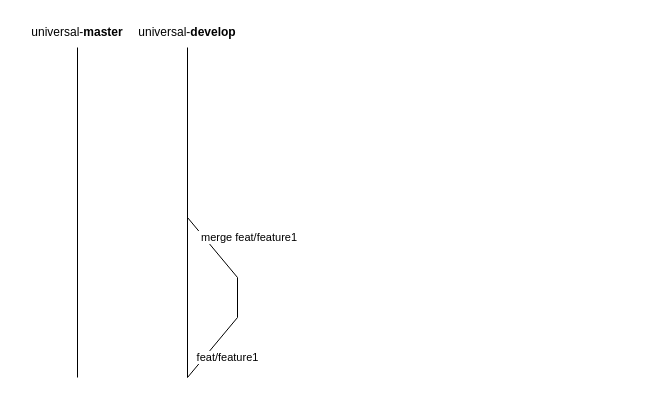
Above: designs/architecture/Git-Branches.drawio in UniversalDot/documents (draw.io), before the change. Source tidied: cells renumbered, new cells numbered last; positions are measured from the earlier drawing's top-left corner, leaving out a move shared by most shapes. Both pictures are drawn from the tidied source at 100%, with x=0, y=0 at pixel (17, 17).
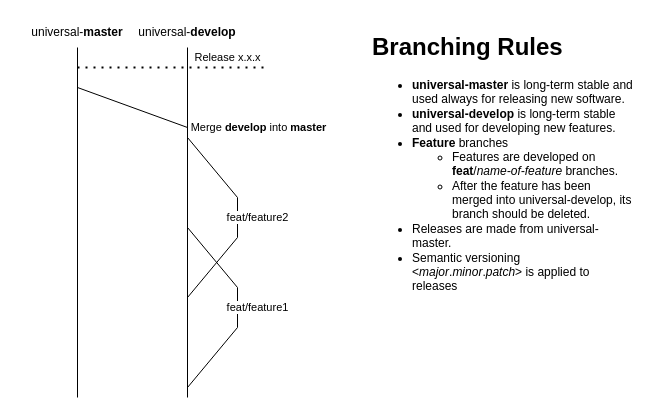
Above is the later version.

What changed in the source:
```diff
@@
     <mxCell id="2" style="endArrow=none;html=1;rounded=0;" parent="1" edge="1">
       <mxGeometry relative="1" as="geometry">
-        <mxPoint x="60" y="360" as="sourcePoint" />
+        <mxPoint x="60" y="380" as="sourcePoint" />
         <mxPoint x="60" y="30" as="targetPoint" />
       </mxGeometry>
     </mxCell>
@@
     <mxCell id="4" style="endArrow=none;html=1;rounded=0;" parent="1" edge="1">
       <mxGeometry relative="1" as="geometry">
-        <mxPoint x="170" y="360" as="sourcePoint" />
+        <mxPoint x="170" y="380" as="sourcePoint" />
         <mxPoint x="170" y="30" as="targetPoint" />
       </mxGeometry>
     </mxCell>
@@
-    <mxCell id="6" value="feat/feature1" style="endArrow=none;html=1;rounded=0;" parent="1" edge="1">
+    <mxCell id="6" style="endArrow=none;html=1;rounded=0;" parent="1" edge="1">
       <mxGeometry x="0.05" y="-18" relative="1" as="geometry">
-        <mxPoint x="170" y="360" as="sourcePoint" />
-        <mxPoint x="220" y="300" as="targetPoint" />
+        <mxPoint x="170" y="370" as="sourcePoint" />
+        <mxPoint x="220" y="310" as="targetPoint" />
       </mxGeometry>
     </mxCell>
-    <mxCell id="7" style="endArrow=none;html=1;rounded=0;" parent="1" edge="1">
-      <mxGeometry relative="1" as="geometry">
-        <mxPoint x="220" y="300" as="sourcePoint" />
-        <mxPoint x="220" y="260" as="targetPoint" />
+    <mxCell id="7" value="feat/feature1" style="endArrow=none;html=1;rounded=0;" parent="1" edge="1">
+      <mxGeometry y="-20" relative="1" as="geometry">
+        <mxPoint x="220" y="310" as="sourcePoint" />
+        <mxPoint x="220" y="270" as="targetPoint" />
       </mxGeometry>
     </mxCell>
-    <mxCell id="8" value="&amp;nbsp;merge feat/feature1" style="endArrow=none;html=1;rounded=0;" parent="1" edge="1">
+    <mxCell id="8" style="endArrow=none;html=1;rounded=0;" parent="1" edge="1">
       <mxGeometry x="-0.38" y="-33" relative="1" as="geometry">
-        <mxPoint x="220" y="260" as="sourcePoint" />
-        <mxPoint x="170" y="200" as="targetPoint" />
+        <mxPoint x="220" y="270" as="sourcePoint" />
+        <mxPoint x="170" y="210" as="targetPoint" />
       </mxGeometry>
     </mxCell>
+    <mxCell id="9" style="endArrow=none;html=1;rounded=0;" parent="1" edge="1">
+      <mxGeometry x="0.05" y="-18" relative="1" as="geometry">
+        <mxPoint x="170" y="280" as="sourcePoint" />
+        <mxPoint x="220" y="220" as="targetPoint" />
+      </mxGeometry>
+    </mxCell>
+    <mxCell id="10" value="feat/feature2" style="endArrow=none;html=1;rounded=0;" parent="1" edge="1">
+      <mxGeometry y="-20" relative="1" as="geometry">
+        <mxPoint x="220" y="220" as="sourcePoint" />
+        <mxPoint x="220" y="180" as="targetPoint" />
+      </mxGeometry>
+    </mxCell>
+    <mxCell id="11" style="endArrow=none;html=1;rounded=0;" parent="1" edge="1">
+      <mxGeometry x="-0.38" y="-33" relative="1" as="geometry">
+        <mxPoint x="220" y="180" as="sourcePoint" />
+        <mxPoint x="170" y="120" as="targetPoint" />
+      </mxGeometry>
+    </mxCell>
+    <mxCell id="12" value="Release x.x.x" style="endArrow=none;dashed=1;html=1;dashPattern=1 3;strokeWidth=2;rounded=0;" parent="1" edge="1">
+      <mxGeometry x="0.58" y="10" relative="1" as="geometry">
+        <mxPoint x="60" y="50" as="sourcePoint" />
+        <mxPoint x="250" y="50" as="targetPoint" />
+      </mxGeometry>
+    </mxCell>
+    <mxCell id="13" style="endArrow=none;html=1;rounded=0;" parent="1" edge="1">
+      <mxGeometry relative="1" as="geometry">
+        <mxPoint x="60" y="70" as="sourcePoint" />
+        <mxPoint x="170" y="110" as="targetPoint" />
+      </mxGeometry>
+    </mxCell>
+    <mxCell id="14" value="Merge &lt;b&gt;develop&lt;/b&gt; into &lt;b&gt;master&lt;/b&gt;" style="edgeLabel;html=1;align=center;verticalAlign=middle;" parent="13" vertex="1">
+      <mxGeometry x="0.14" y="-2" relative="1" as="geometry">
+        <mxPoint x="118" y="15" as="offset" />
+      </mxGeometry>
+    </mxCell>
+    <mxCell id="15" value="&lt;h1&gt;Branching Rules&lt;/h1&gt;&lt;p&gt;&lt;/p&gt;&lt;ul&gt;&lt;li&gt;&lt;b&gt;universal-master&lt;/b&gt; is long-term stable and used always for releasing new software.&lt;/li&gt;&lt;li&gt;&lt;b&gt;universal-develop&lt;/b&gt; is long-term stable and used for developing new features.&lt;/li&gt;&lt;li&gt;&lt;b&gt;Feature&lt;/b&gt; branches&lt;/li&gt;&lt;ul&gt;&lt;li&gt;Features are developed on &lt;b&gt;feat&lt;/b&gt;/&lt;i&gt;name-of-feature&lt;/i&gt; branches.&amp;nbsp;&lt;/li&gt;&lt;li&gt;After the feature has been merged into universal-develop, its branch should be deleted.&amp;nbsp;&lt;/li&gt;&lt;/ul&gt;&lt;li&gt;Releases are made from universal-master.&lt;/li&gt;&lt;li&gt;Semantic versioning&amp;nbsp; &amp;lt;&lt;i&gt;major&lt;/i&gt;.&lt;i&gt;minor&lt;/i&gt;.&lt;i&gt;patch&lt;/i&gt;&amp;gt; is applied to releases&lt;/li&gt;&lt;/ul&gt;&lt;p&gt;&lt;/p&gt;" style="text;html=1;strokeColor=none;fillColor=none;spacing=5;spacingTop=-20;whiteSpace=wrap;overflow=hidden;rounded=0;" parent="1" vertex="1">
+      <mxGeometry x="350" y="10" width="270" height="330" as="geometry" />
+    </mxCell>
```
